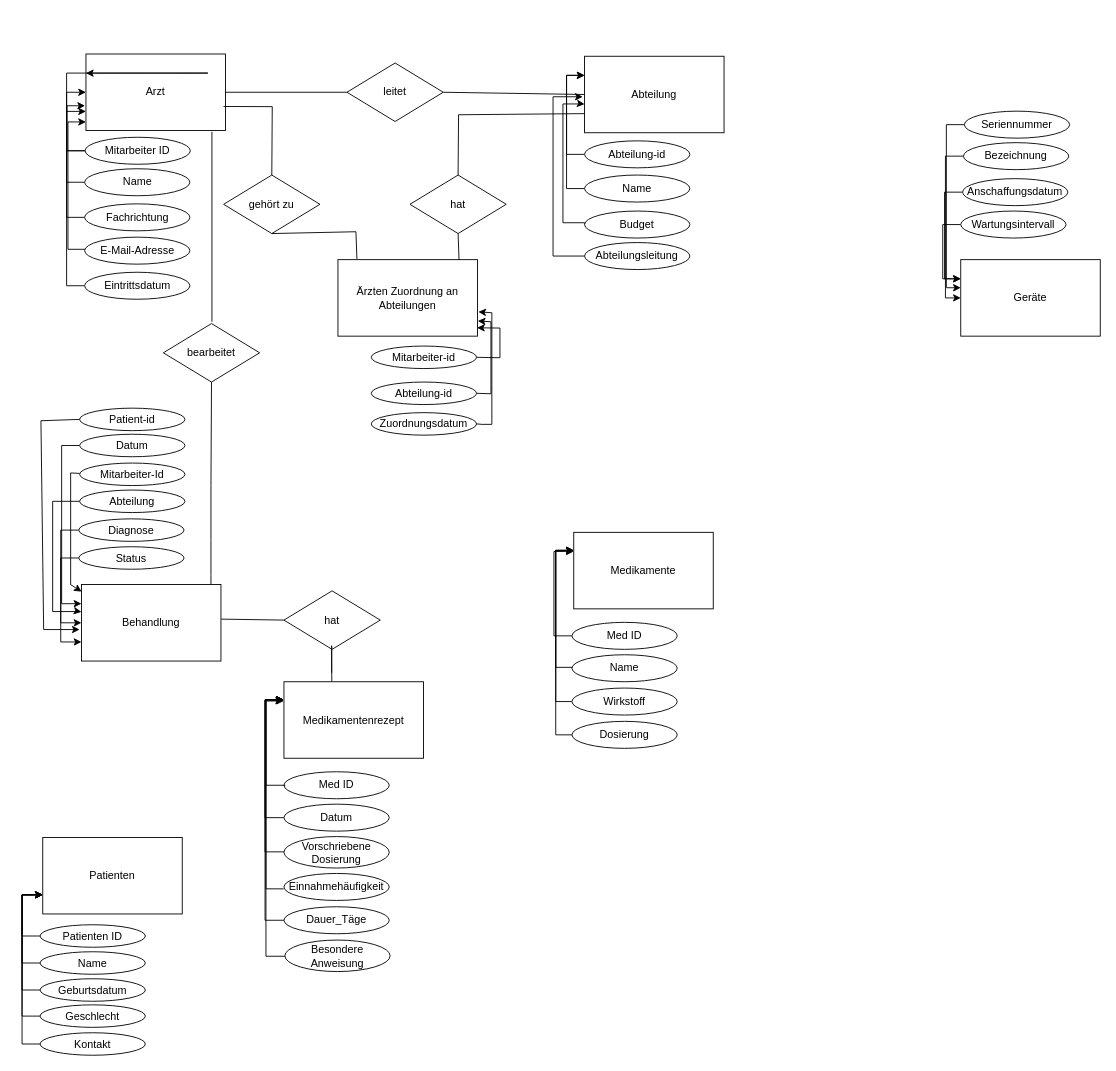
The draw.io diagram aufgabe04/Aufgabe A.drawio in contraintuitiv/datenbanksysteme, before the edit. Source tidied: cells renumbered, new cells numbered last; positions are measured from the earlier drawing's top-left corner, leaving out a move shared by most shapes. Both pictures are drawn from the tidied source at 90%, with x=0, y=0 at pixel (40, 53).
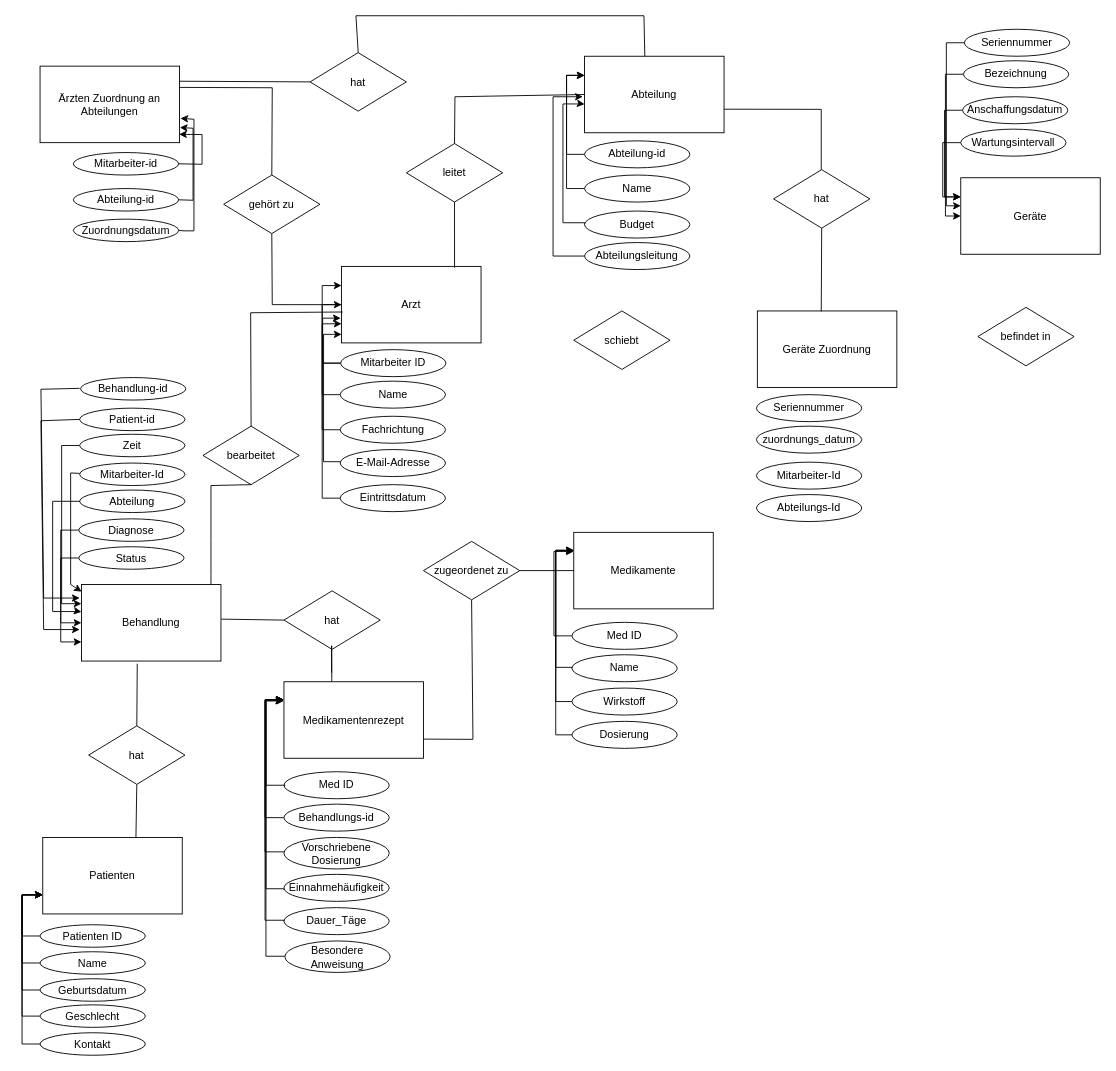
Above is the later version.

The change refers to these unchanged cells:
```xml
<mxCell id="12" value="Patienten" style="rounded=0;whiteSpace=wrap;html=1;" parent="1" vertex="1">
  <mxGeometry x="3" y="871" width="155" height="85" as="geometry" />
</mxCell>
<mxCell id="30" value="Abteilung" style="rounded=0;whiteSpace=wrap;html=1;" parent="1" vertex="1">
  <mxGeometry x="605" y="3" width="155" height="85" as="geometry" />
</mxCell>
<mxCell id="40" value="Medikamente" style="rounded=0;whiteSpace=wrap;html=1;" parent="1" vertex="1">
  <mxGeometry x="593" y="532" width="155" height="85" as="geometry" />
</mxCell>
<mxCell id="70" value="gehört zu" style="rhombus;whiteSpace=wrap;html=1;" parent="1" vertex="1">
  <mxGeometry x="204" y="135" width="107" height="65" as="geometry" />
</mxCell>
<mxCell id="83" value="Medikamentenrezept" style="rounded=0;whiteSpace=wrap;html=1;" parent="1" vertex="1">
  <mxGeometry x="271" y="698" width="155" height="85" as="geometry" />
</mxCell>
```

What changed in the source:
```diff
@@
     <mxCell id="2" value="Arzt" style="rounded=0;whiteSpace=wrap;html=1;" parent="1" vertex="1">
-      <mxGeometry x="51" y="0.5" width="155" height="85" as="geometry" />
+      <mxGeometry x="335" y="236.5" width="155" height="85" as="geometry" />
     </mxCell>
@@
     <mxCell id="4" value="Fachrichtung" style="ellipse;whiteSpace=wrap;html=1;" parent="1" vertex="1">
-      <mxGeometry x="49.5" y="167" width="117" height="30" as="geometry" />
+      <mxGeometry x="333.5" y="403" width="117" height="30" as="geometry" />
     </mxCell>
@@
     <mxCell id="6" value="Name" style="ellipse;whiteSpace=wrap;html=1;" parent="1" vertex="1">
-      <mxGeometry x="49.5" y="128" width="117" height="30" as="geometry" />
+      <mxGeometry x="333.5" y="364" width="117" height="30" as="geometry" />
     </mxCell>
     <mxCell id="7" value="Mitarbeiter ID" style="ellipse;whiteSpace=wrap;html=1;" parent="1" vertex="1">
-      <mxGeometry x="50" y="93" width="117" height="30" as="geometry" />
+      <mxGeometry x="334" y="329" width="117" height="30" as="geometry" />
     </mxCell>
     <mxCell id="8" style="edgeStyle=orthogonalEdgeStyle;rounded=0;orthogonalLoop=1;jettySize=auto;html=1;" parent="1" edge="1">
       <mxGeometry relative="1" as="geometry">
-        <mxPoint x="69.6" y="217.5" as="sourcePoint" />
-        <mxPoint x="51" y="76" as="targetPoint" />
+        <mxPoint x="353.6" y="453.5" as="sourcePoint" />
+        <mxPoint x="335" y="312" as="targetPoint" />
         <Array as="points">
-          <mxPoint x="31" y="217.5" />
-          <mxPoint x="31" y="75.5" />
+          <mxPoint x="315" y="453.5" />
+          <mxPoint x="315" y="311.5" />
         </Array>
       </mxGeometry>
     </mxCell>
     <mxCell id="9" value="E-Mail-Adresse" style="ellipse;whiteSpace=wrap;html=1;" parent="1" vertex="1">
-      <mxGeometry x="49.5" y="204" width="117" height="30" as="geometry" />
+      <mxGeometry x="333.5" y="440" width="117" height="30" as="geometry" />
     </mxCell>
@@
     <mxCell id="11" value="Eintrittsdatum" style="ellipse;whiteSpace=wrap;html=1;" parent="1" vertex="1">
-      <mxGeometry x="49.5" y="243" width="117" height="30" as="geometry" />
+      <mxGeometry x="333.5" y="479" width="117" height="30" as="geometry" />
     </mxCell>
@@
-    <mxCell id="25" value="Datum" style="ellipse;whiteSpace=wrap;html=1;" parent="1" vertex="1">
+    <mxCell id="25" value="Zeit" style="ellipse;whiteSpace=wrap;html=1;" parent="1" vertex="1">
       <mxGeometry x="44" y="423" width="117" height="25" as="geometry" />
     </mxCell>
@@
     <mxCell id="39" value="Geräte" style="rounded=0;whiteSpace=wrap;html=1;" parent="1" vertex="1">
-      <mxGeometry x="1023" y="229" width="155" height="85" as="geometry" />
+      <mxGeometry x="1023" y="138" width="155" height="85" as="geometry" />
     </mxCell>
@@
     <mxCell id="41" value="Seriennummer" style="ellipse;whiteSpace=wrap;html=1;" parent="1" vertex="1">
-      <mxGeometry x="1027" y="64" width="117" height="30" as="geometry" />
+      <mxGeometry x="1027" y="-27" width="117" height="30" as="geometry" />
     </mxCell>
@@
     <mxCell id="43" value="Bezeichnung" style="ellipse;whiteSpace=wrap;html=1;" parent="1" vertex="1">
-      <mxGeometry x="1026" y="99" width="117" height="30" as="geometry" />
+      <mxGeometry x="1026" y="8" width="117" height="30" as="geometry" />
     </mxCell>
@@
     <mxCell id="45" value="Anschaffungsdatum" style="ellipse;whiteSpace=wrap;html=1;" parent="1" vertex="1">
-      <mxGeometry x="1025" y="139" width="117" height="30" as="geometry" />
+      <mxGeometry x="1025" y="48" width="117" height="30" as="geometry" />
     </mxCell>
@@
     <mxCell id="47" value="Wartungsintervall" style="ellipse;whiteSpace=wrap;html=1;" parent="1" vertex="1">
-      <mxGeometry x="1023" y="175" width="117" height="30" as="geometry" />
+      <mxGeometry x="1023" y="84" width="117" height="30" as="geometry" />
     </mxCell>
@@
     <mxCell id="57" value="leitet" style="rhombus;whiteSpace=wrap;html=1;" parent="1" vertex="1">
-      <mxGeometry x="341" y="10.5" width="107" height="65" as="geometry" />
+      <mxGeometry x="407" y="100" width="107" height="65" as="geometry" />
     </mxCell>
@@
-    <mxCell id="64" value="Ärzten Zuordnung an Abteilungen" style="rounded=0;whiteSpace=wrap;html=1;" parent="1" vertex="1">
-      <mxGeometry x="331" y="229" width="155" height="85" as="geometry" />
-    </mxCell>
-    <mxCell id="65" value="Mitarbeiter-id" style="ellipse;whiteSpace=wrap;html=1;" parent="1" vertex="1">
-      <mxGeometry x="368" y="325" width="117" height="25" as="geometry" />
-    </mxCell>
-    <mxCell id="66" value="Abteilung-id" style="ellipse;whiteSpace=wrap;html=1;" parent="1" vertex="1">
-      <mxGeometry x="368" y="365" width="117" height="25" as="geometry" />
-    </mxCell>
-    <mxCell id="67" value="Zuordnungsdatum" style="ellipse;whiteSpace=wrap;html=1;" parent="1" vertex="1">
-      <mxGeometry x="368" y="399" width="117" height="25" as="geometry" />
-    </mxCell>
-    <mxCell id="68" style="endArrow=none;html=1;rounded=0;exitX=1;exitY=0.5;exitDx=0;exitDy=0;" parent="1" edge="1" source="2" target="57">
+    <mxCell id="68" style="endArrow=none;html=1;rounded=0;exitX=0.81;exitY=0.018;exitDx=0;exitDy=0;exitPerimeter=0;" parent="1" edge="1" source="2" target="57">
       <mxGeometry relative="1" as="geometry" />
     </mxCell>
-    <mxCell id="69" style="endArrow=none;html=1;rounded=0;exitX=1;exitY=0.5;exitDx=0;exitDy=0;entryX=0;entryY=0.5;entryDx=0;entryDy=0;" parent="1" edge="1" source="57" target="30">
-      <mxGeometry relative="1" as="geometry" />
+    <mxCell id="69" style="endArrow=none;html=1;rounded=0;exitX=0.5;exitY=0;exitDx=0;exitDy=0;entryX=0;entryY=0.5;entryDx=0;entryDy=0;" parent="1" edge="1" source="57" target="30">
+      <mxGeometry relative="1" as="geometry">
+        <Array as="points">
+          <mxPoint x="461" y="48" />
+        </Array>
+      </mxGeometry>
     </mxCell>
@@
-    <mxCell id="71" style="endArrow=none;html=1;rounded=0;exitX=0.986;exitY=0.686;exitDx=0;exitDy=0;entryX=0.5;entryY=0;entryDx=0;entryDy=0;exitPerimeter=0;" parent="1" edge="1" source="2" target="70">
+    <mxCell id="71" style="endArrow=none;html=1;rounded=0;exitX=0;exitY=0.5;exitDx=0;exitDy=0;entryX=0.5;entryY=1;entryDx=0;entryDy=0;" parent="1" edge="1" source="2" target="70">
       <mxGeometry relative="1" as="geometry">
         <Array as="points">
-          <mxPoint x="258" y="59" />
+          <mxPoint x="258" y="279" />
         </Array>
       </mxGeometry>
     </mxCell>
-    <mxCell id="72" style="endArrow=none;html=1;rounded=0;exitX=0.136;exitY=-0.009;exitDx=0;exitDy=0;exitPerimeter=0;entryX=0.5;entryY=1;entryDx=0;entryDy=0;" parent="1" edge="1" source="64" target="70">
+    <mxCell id="72" style="endArrow=none;html=1;rounded=0;entryX=0.5;entryY=0;entryDx=0;entryDy=0;exitX=0.997;exitY=0.278;exitDx=0;exitDy=0;exitPerimeter=0;" parent="1" edge="1" source="64" target="70">
       <mxGeometry relative="1" as="geometry">
         <Array as="points">
-          <mxPoint x="351" y="198" />
+          <mxPoint x="258" y="38" />
         </Array>
       </mxGeometry>
     </mxCell>
     <mxCell id="73" style="endArrow=classic;html=1;rounded=0;" parent="1" edge="1">
       <mxGeometry relative="1" as="geometry">
-        <mxPoint x="30" y="108" as="sourcePoint" />
-        <mxPoint x="50" y="58" as="targetPoint" />
+        <mxPoint x="314" y="344" as="sourcePoint" />
+        <mxPoint x="334" y="294" as="targetPoint" />
         <Array as="points">
-          <mxPoint x="50" y="108" />
-          <mxPoint x="30" y="108" />
-          <mxPoint x="30" y="88" />
-          <mxPoint x="30" y="58" />
+          <mxPoint x="334" y="344" />
+          <mxPoint x="314" y="344" />
+          <mxPoint x="314" y="324" />
+          <mxPoint x="314" y="294" />
         </Array>
       </mxGeometry>
     </mxCell>
     <mxCell id="74" value="hat" style="rhombus;whiteSpace=wrap;html=1;" parent="1" vertex="1">
-      <mxGeometry x="411" y="135" width="107" height="65" as="geometry" />
+      <mxGeometry x="300" y="-1" width="107" height="65" as="geometry" />
     </mxCell>
-    <mxCell id="75" style="endArrow=none;html=1;rounded=0;exitX=0.868;exitY=0.005;exitDx=0;exitDy=0;exitPerimeter=0;entryX=0.5;entryY=1;entryDx=0;entryDy=0;" parent="1" edge="1" source="64" target="74">
+    <mxCell id="75" style="endArrow=none;html=1;rounded=0;exitX=0.998;exitY=0.197;exitDx=0;exitDy=0;exitPerimeter=0;entryX=0;entryY=0.5;entryDx=0;entryDy=0;" parent="1" edge="1" source="64" target="74">
       <mxGeometry relative="1" as="geometry" />
     </mxCell>
-    <mxCell id="76" style="endArrow=none;html=1;rounded=0;exitX=0.5;exitY=0;exitDx=0;exitDy=0;entryX=0;entryY=0.75;entryDx=0;entryDy=0;" parent="1" edge="1" source="74" target="30">
+    <mxCell id="76" style="endArrow=none;html=1;rounded=0;exitX=0.5;exitY=0;exitDx=0;exitDy=0;entryX=0.432;entryY=0;entryDx=0;entryDy=0;entryPerimeter=0;" parent="1" edge="1" source="74" target="30">
       <mxGeometry relative="1" as="geometry">
         <Array as="points">
-          <mxPoint x="465" y="68" />
+          <mxPoint x="351" y="-42" />
+          <mxPoint x="471" y="-42" />
+          <mxPoint x="671" y="-42" />
         </Array>
       </mxGeometry>
     </mxCell>
-    <mxCell id="77" style="endArrow=classic;html=1;rounded=0;exitX=1;exitY=0.5;exitDx=0;exitDy=0;entryX=0.997;entryY=0.891;entryDx=0;entryDy=0;entryPerimeter=0;" parent="1" edge="1" source="65" target="64">
-      <mxGeometry relative="1" as="geometry">
-        <Array as="points">
-          <mxPoint x="511" y="338" />
-          <mxPoint x="511" y="305" />
-        </Array>
-      </mxGeometry>
-    </mxCell>
-    <mxCell id="78" style="endArrow=classic;html=1;rounded=0;exitX=1;exitY=0.5;exitDx=0;exitDy=0;entryX=1.002;entryY=0.802;entryDx=0;entryDy=0;entryPerimeter=0;" parent="1" edge="1" source="66" target="64">
-      <mxGeometry relative="1" as="geometry">
-        <Array as="points">
-          <mxPoint x="501" y="378" />
-          <mxPoint x="501" y="298" />
-        </Array>
-      </mxGeometry>
-    </mxCell>
-    <mxCell id="79" style="endArrow=classic;html=1;rounded=0;exitX=1;exitY=0.5;exitDx=0;exitDy=0;entryX=1.002;entryY=0.802;entryDx=0;entryDy=0;entryPerimeter=0;" parent="1" edge="1" source="67">
-      <mxGeometry relative="1" as="geometry">
-        <mxPoint x="487" y="287" as="targetPoint" />
-        <Array as="points">
-          <mxPoint x="491" y="412" />
-          <mxPoint x="502" y="412" />
-          <mxPoint x="502" y="368" />
-          <mxPoint x="502" y="288" />
-        </Array>
-      </mxGeometry>
-    </mxCell>
-    <mxCell id="80" style="endArrow=none;html=1;rounded=0;entryX=0.903;entryY=1.017;entryDx=0;entryDy=0;entryPerimeter=0;" parent="1" edge="1" target="2">
+    <mxCell id="80" style="endArrow=none;html=1;rounded=0;entryX=0.008;entryY=0.596;entryDx=0;entryDy=0;entryPerimeter=0;exitX=0.5;exitY=0;exitDx=0;exitDy=0;" parent="1" edge="1" source="81" target="2">
       <mxGeometry relative="1" as="geometry">
-        <mxPoint x="191" y="298" as="sourcePoint" />
+        <Array as="points">
+          <mxPoint x="234" y="288" />
+        </Array>
       </mxGeometry>
     </mxCell>
     <mxCell id="81" value="bearbeitet" style="rhombus;whiteSpace=wrap;html=1;" parent="1" vertex="1">
-      <mxGeometry x="137" y="300" width="107" height="65" as="geometry" />
+      <mxGeometry x="181" y="414" width="107" height="65" as="geometry" />
     </mxCell>
@@
-    <mxCell id="88" value="Datum" style="ellipse;whiteSpace=wrap;html=1;" parent="1" vertex="1">
+    <mxCell id="88" value="Behandlungs-id" style="ellipse;whiteSpace=wrap;html=1;" parent="1" vertex="1">
       <mxGeometry x="271" y="834" width="117" height="30" as="geometry" />
     </mxCell>
     <mxCell id="89" value="Vorschriebene Dosierung" style="ellipse;whiteSpace=wrap;html=1;" parent="1" vertex="1">
-      <mxGeometry x="271" y="870" width="117" height="35" as="geometry" />
+      <mxGeometry x="271" y="871" width="117" height="35" as="geometry" />
     </mxCell>
     <mxCell id="90" value="Einnahmehäufigkeit" style="ellipse;whiteSpace=wrap;html=1;" parent="1" vertex="1">
-      <mxGeometry x="271" y="911" width="117" height="30" as="geometry" />
+      <mxGeometry x="271" y="912" width="117" height="30" as="geometry" />
     </mxCell>
     <mxCell id="91" value="Dauer_Täge" style="ellipse;whiteSpace=wrap;html=1;" parent="1" vertex="1">
-      <mxGeometry x="271" y="948" width="117" height="30" as="geometry" />
+      <mxGeometry x="271" y="949" width="117" height="30" as="geometry" />
     </mxCell>
     <mxCell id="92" value="Besondere Anweisung" style="ellipse;whiteSpace=wrap;html=1;" parent="1" vertex="1">
-      <mxGeometry x="272" y="985" width="117" height="35" as="geometry" />
+      <mxGeometry x="272" y="986" width="117" height="35" as="geometry" />
     </mxCell>
@@
+    <mxCell id="99" value="zugeordenet zu" style="rhombus;whiteSpace=wrap;html=1;" parent="1" vertex="1">
+      <mxGeometry x="426" y="542" width="107" height="65" as="geometry" />
+    </mxCell>
+    <mxCell id="100" style="endArrow=none;html=1;rounded=0;exitX=1;exitY=0.75;exitDx=0;exitDy=0;entryX=0.5;entryY=1;entryDx=0;entryDy=0;" parent="1" edge="1" source="83" target="99">
+      <mxGeometry relative="1" as="geometry">
+        <Array as="points">
+          <mxPoint x="481" y="762" />
+        </Array>
+      </mxGeometry>
+    </mxCell>
+    <mxCell id="101" style="endArrow=none;html=1;rounded=0;exitX=1;exitY=0.5;exitDx=0;exitDy=0;entryX=0;entryY=0.5;entryDx=0;entryDy=0;" parent="1" edge="1" source="99" target="40">
+      <mxGeometry relative="1" as="geometry" />
+    </mxCell>
+    <mxCell id="102" value="hat" style="rhombus;whiteSpace=wrap;html=1;" parent="1" vertex="1">
+      <mxGeometry x="54" y="747" width="107" height="65" as="geometry" />
+    </mxCell>
+    <mxCell id="103" style="endArrow=none;html=1;rounded=0;exitX=0.5;exitY=0;exitDx=0;exitDy=0;" parent="1" edge="1" source="102">
+      <mxGeometry relative="1" as="geometry">
+        <mxPoint x="108" y="678" as="targetPoint" />
+      </mxGeometry>
+    </mxCell>
+    <mxCell id="104" style="endArrow=none;html=1;rounded=0;exitX=0.668;exitY=0.006;exitDx=0;exitDy=0;exitPerimeter=0;entryX=0.5;entryY=1;entryDx=0;entryDy=0;" parent="1" edge="1" source="12" target="102">
+      <mxGeometry relative="1" as="geometry" />
+    </mxCell>
+    <mxCell id="105" value="Geräte Zuordnung" style="rounded=0;whiteSpace=wrap;html=1;" parent="1" vertex="1">
+      <mxGeometry x="797" y="286" width="155" height="85" as="geometry" />
+    </mxCell>
+    <mxCell id="106" value="hat" style="rhombus;whiteSpace=wrap;html=1;" parent="1" vertex="1">
+      <mxGeometry x="815" y="129" width="107" height="65" as="geometry" />
+    </mxCell>
+    <mxCell id="107" style="endArrow=none;html=1;rounded=0;exitX=0.5;exitY=0;exitDx=0;exitDy=0;entryX=0.999;entryY=0.692;entryDx=0;entryDy=0;entryPerimeter=0;" parent="1" edge="1" target="30">
+      <mxGeometry relative="1" as="geometry">
+        <mxPoint x="868" y="129" as="sourcePoint" />
+        <Array as="points">
+          <mxPoint x="868" y="62" />
+        </Array>
+      </mxGeometry>
+    </mxCell>
+    <mxCell id="108" style="endArrow=none;html=1;rounded=0;exitX=0.458;exitY=0.006;exitDx=0;exitDy=0;exitPerimeter=0;entryX=0.5;entryY=1;entryDx=0;entryDy=0;" parent="1" edge="1" source="105" target="106">
+      <mxGeometry relative="1" as="geometry" />
+    </mxCell>
+    <mxCell id="109" value="Seriennummer" style="ellipse;whiteSpace=wrap;html=1;" parent="1" vertex="1">
+      <mxGeometry x="796" y="379" width="117" height="30" as="geometry" />
+    </mxCell>
+    <mxCell id="110" value="zuordnungs_datum" style="ellipse;whiteSpace=wrap;html=1;" parent="1" vertex="1">
+      <mxGeometry x="796" y="414" width="117" height="30" as="geometry" />
+    </mxCell>
+    <mxCell id="111" value="Mitarbeiter-Id" style="ellipse;whiteSpace=wrap;html=1;" parent="1" vertex="1">
+      <mxGeometry x="796" y="454" width="117" height="30" as="geometry" />
+    </mxCell>
+    <mxCell id="112" value="Abteilungs-Id" style="ellipse;whiteSpace=wrap;html=1;" parent="1" vertex="1">
+      <mxGeometry x="796" y="490" width="117" height="30" as="geometry" />
+    </mxCell>
+    <mxCell id="113" value="Behandlung-id" style="ellipse;whiteSpace=wrap;html=1;" parent="1" vertex="1">
+      <mxGeometry x="45" y="360" width="117" height="25" as="geometry" />
+    </mxCell>
+    <mxCell id="114" style="endArrow=classic;html=1;rounded=0;exitX=0;exitY=0.5;exitDx=0;exitDy=0;" parent="1" edge="1">
+      <mxGeometry relative="1" as="geometry">
+        <mxPoint x="44" y="372" as="sourcePoint" />
+        <mxPoint x="44" y="605" as="targetPoint" />
+        <Array as="points">
+          <mxPoint x="1" y="373" />
+          <mxPoint x="4" y="605" />
+        </Array>
+      </mxGeometry>
+    </mxCell>
+    <mxCell id="64" value="Ärzten Zuordnung an Abteilungen" style="rounded=0;whiteSpace=wrap;html=1;" parent="1" vertex="1">
+      <mxGeometry y="14" width="155" height="85" as="geometry" />
+    </mxCell>
+    <mxCell id="65" value="Mitarbeiter-id" style="ellipse;whiteSpace=wrap;html=1;" parent="1" vertex="1">
+      <mxGeometry x="37" y="110" width="117" height="25" as="geometry" />
+    </mxCell>
+    <mxCell id="66" value="Abteilung-id" style="ellipse;whiteSpace=wrap;html=1;" parent="1" vertex="1">
+      <mxGeometry x="37" y="150" width="117" height="25" as="geometry" />
+    </mxCell>
+    <mxCell id="67" value="Zuordnungsdatum" style="ellipse;whiteSpace=wrap;html=1;" parent="1" vertex="1">
+      <mxGeometry x="37" y="184" width="117" height="25" as="geometry" />
+    </mxCell>
+    <mxCell id="77" style="endArrow=classic;html=1;rounded=0;exitX=1;exitY=0.5;exitDx=0;exitDy=0;entryX=0.997;entryY=0.891;entryDx=0;entryDy=0;entryPerimeter=0;" parent="1" edge="1" source="65" target="64">
+      <mxGeometry relative="1" as="geometry">
+        <Array as="points">
+          <mxPoint x="180" y="123" />
+          <mxPoint x="180" y="90" />
+        </Array>
+      </mxGeometry>
+    </mxCell>
+    <mxCell id="78" style="endArrow=classic;html=1;rounded=0;exitX=1;exitY=0.5;exitDx=0;exitDy=0;entryX=1.002;entryY=0.802;entryDx=0;entryDy=0;entryPerimeter=0;" parent="1" edge="1" source="66" target="64">
+      <mxGeometry relative="1" as="geometry">
+        <Array as="points">
+          <mxPoint x="170" y="163" />
+          <mxPoint x="170" y="83" />
+        </Array>
+      </mxGeometry>
+    </mxCell>
+    <mxCell id="115" style="endArrow=classic;html=1;rounded=0;exitX=1;exitY=0.5;exitDx=0;exitDy=0;entryX=1.002;entryY=0.802;entryDx=0;entryDy=0;entryPerimeter=0;" parent="1" edge="1" source="67">
+      <mxGeometry relative="1" as="geometry">
+        <mxPoint x="156" y="72" as="targetPoint" />
+        <Array as="points">
+          <mxPoint x="160" y="197" />
+          <mxPoint x="171" y="197" />
+          <mxPoint x="171" y="153" />
+          <mxPoint x="171" y="73" />
+        </Array>
+      </mxGeometry>
+    </mxCell>
+    <mxCell id="116" value="schiebt" style="rhombus;whiteSpace=wrap;html=1;" parent="1" vertex="1">
+      <mxGeometry x="593" y="286" width="107" height="65" as="geometry" />
+    </mxCell>
+    <mxCell id="117" value="befindet in" style="rhombus;whiteSpace=wrap;html=1;" parent="1" vertex="1">
+      <mxGeometry x="1042" y="282" width="107" height="65" as="geometry" />
+    </mxCell>
```
